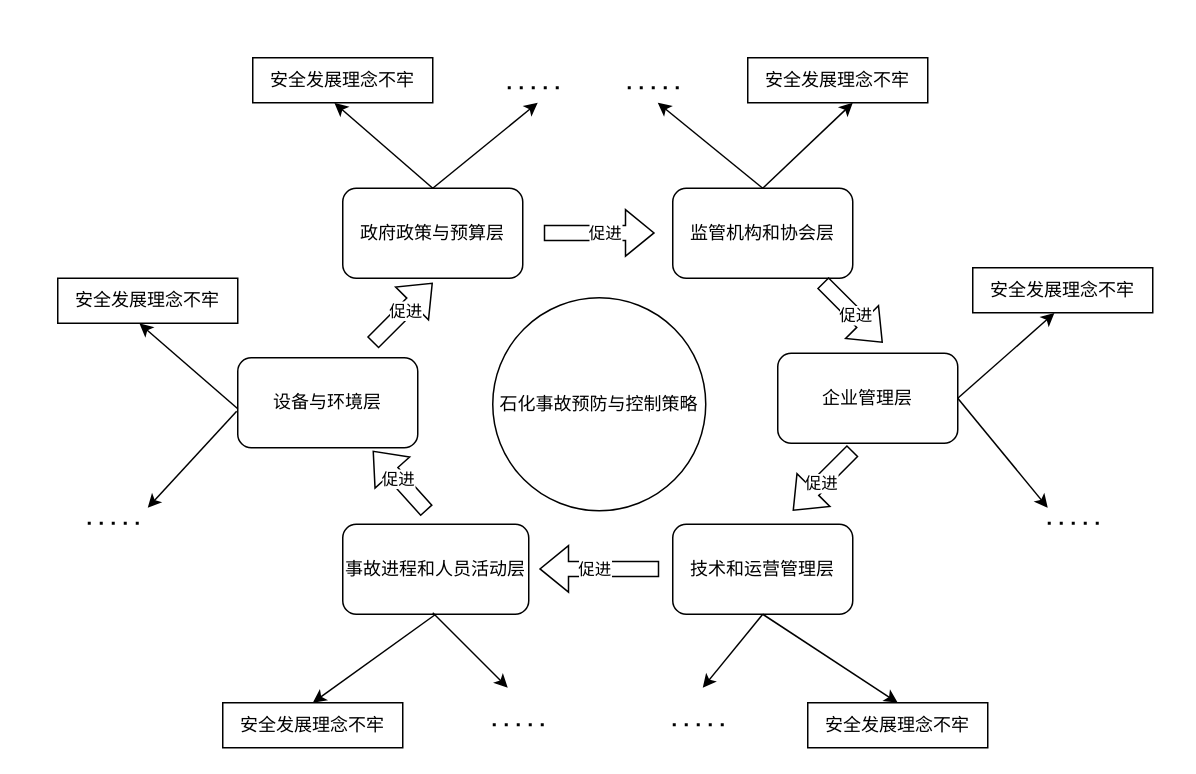
Above: 石化事故预防对策.drawio in fangjiarong/docs (draw.io), before the change. Source tidied: cells renumbered, new cells numbered last; positions are measured from the earlier drawing's top-left corner, leaving out a move shared by most shapes. Both pictures are drawn from the tidied source at 150%, with x=0, y=0 at pixel (57, 57).
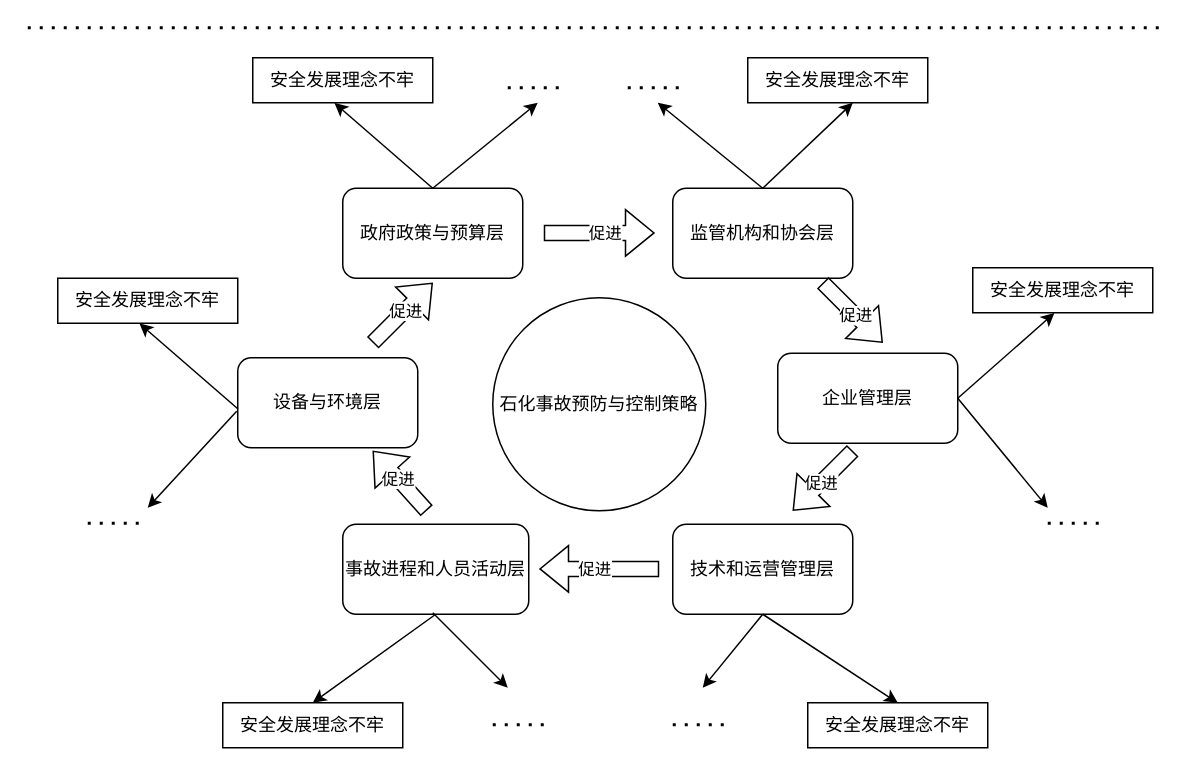
The same diagram, later.

Commit message:
更新石化事故预防对策.drawio

What changed in the source:
```diff
@@
+    <mxCell id="45" style="endArrow=none;dashed=1;html=1;dashPattern=1 3;strokeWidth=2;rounded=0;" parent="1" edge="1">
+      <mxGeometry relative="1" as="geometry">
+        <mxPoint x="-20" y="-20" as="sourcePoint" />
+        <mxPoint x="740" y="-20" as="targetPoint" />
+      </mxGeometry>
+    </mxCell>
```
